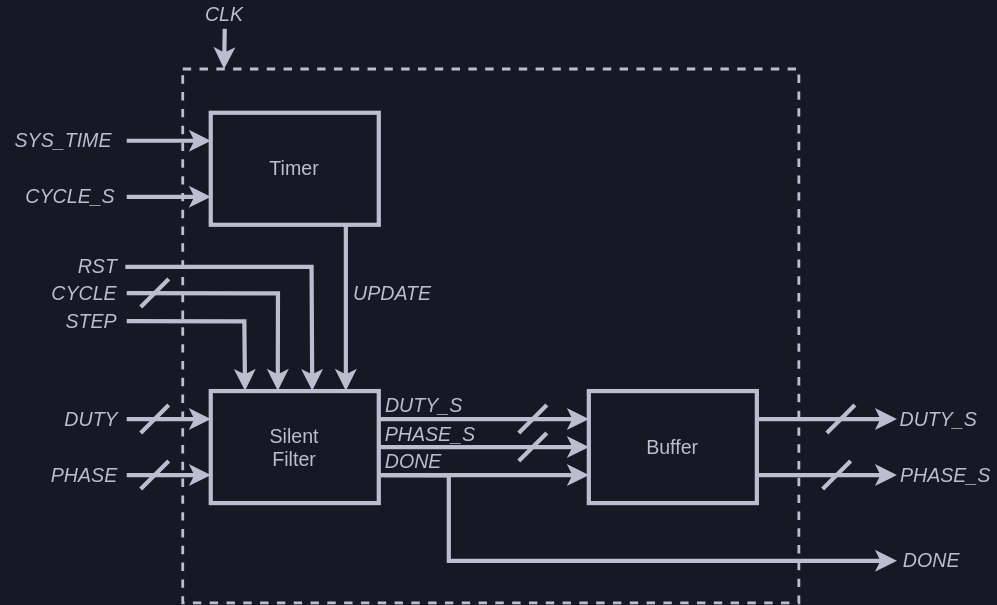
Before: docs/src/figs/silent/diagram.svg, a diagram exported from draw.io (shinolab/autd3-old-monorepo). Source tidied: cells renumbered, new cells last; positions are measured from the earlier drawing's top-left corner, leaving out a move shared by most shapes.
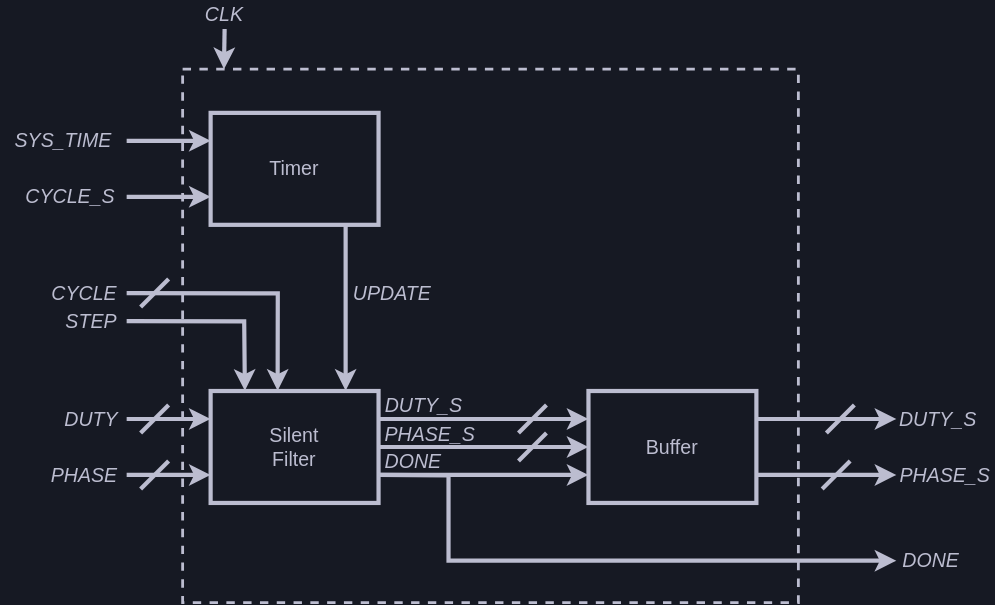
The same diagram one commit later.

Diff of the diagram source:
```diff
@@ -159,15 +159,5 @@
     <mxCell id="40" value="&lt;i style=&quot;font-size: 14px;&quot;&gt;DONE&lt;/i&gt;" style="text;html=1;strokeColor=none;fillColor=none;align=center;verticalAlign=middle;whiteSpace=wrap;rounded=0;labelBackgroundColor=none;fontSize=14;fontColor=#BCBDD0;" parent="1" vertex="1">
       <mxGeometry x="640" y="380" width="50" height="40" as="geometry" />
     </mxCell>
-    <mxCell id="41" value="&lt;i style=&quot;font-size: 14px&quot;&gt;RST&lt;/i&gt;" style="text;html=1;strokeColor=none;fillColor=none;align=center;verticalAlign=middle;whiteSpace=wrap;rounded=0;labelBackgroundColor=none;fontSize=14;fontColor=#BCBDD0;" parent="1" vertex="1">
-      <mxGeometry x="50" y="170" width="39" height="40" as="geometry" />
-    </mxCell>
-    <mxCell id="42" style="endArrow=classic;html=1;rounded=0;fontSize=14;fontColor=#BCBDD0;entryX=0.604;entryY=-0.002;entryDx=0;entryDy=0;strokeColor=#bcbdd0;strokeWidth=3;exitX=1;exitY=0.5;exitDx=0;exitDy=0;entryPerimeter=0;" parent="1" edge="1" source="41" target="12">
-      <mxGeometry relative="1" as="geometry">
-        <Array as="points">
-          <mxPoint x="222" y="190" />
-        </Array>
-      </mxGeometry>
-    </mxCell>
   </root>
 </mxGraphModel>
```
